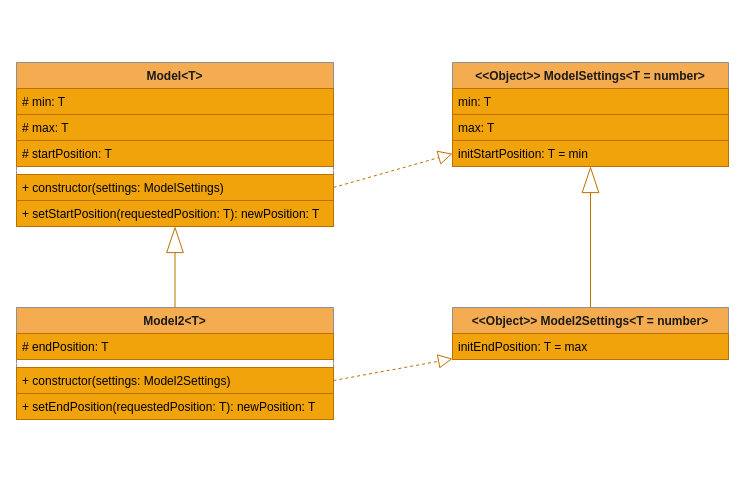
The draw.io diagram page "Model" (5 of 6) of src/components/simple/slider/slider.drawio in ArhDemetriy/Slider, before the edit. Source tidied: cells renumbered, new cells numbered last; positions are measured from the earlier drawing's top-left corner, leaving out a move shared by most shapes. Both pictures are drawn from the tidied source at 100%, with x=0, y=0 at pixel (16, 62).
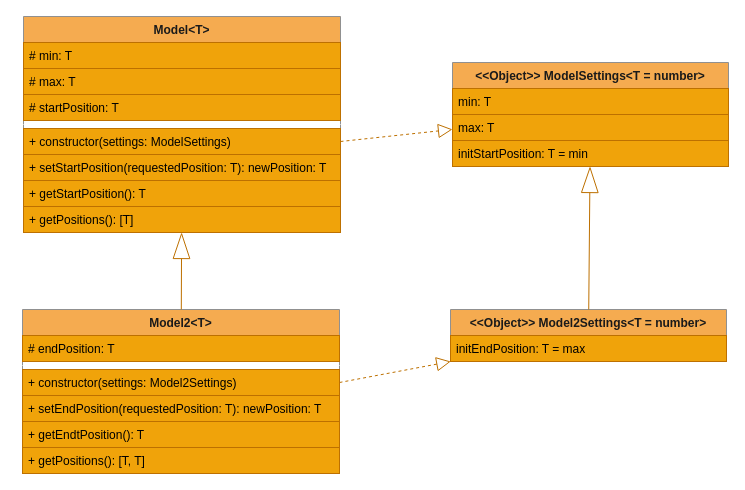
Above is the later version.

Diff of the diagram source:
```diff
@@
     <mxCell id="3" value="Model&lt;T&gt;" style="swimlane;fontStyle=1;align=center;verticalAlign=top;horizontal=1;startSize=26;rounded=0;sketch=0;strokeColor=#909090;fillColor=#F5AB50;fontColor=#1A1A1A;" parent="2" vertex="1">
-      <mxGeometry width="317" height="164" as="geometry" />
+      <mxGeometry x="7" y="-46" width="317" height="216" as="geometry" />
     </mxCell>
@@
+    <mxCell id="25" value="+ setStartPosition(requestedPosition: T): newPosition: T" style="text;align=left;verticalAlign=top;spacingLeft=4;spacingRight=4;overflow=hidden;strokeColor=#BD7000;fontColor=#000000;fillColor=#F0A30A;" parent="3" vertex="1">
+      <mxGeometry y="138" width="317" height="26" as="geometry" />
+    </mxCell>
+    <mxCell id="26" value="+ getStartPosition(): T" style="text;align=left;verticalAlign=top;spacingLeft=4;spacingRight=4;overflow=hidden;strokeColor=#BD7000;fontColor=#000000;fillColor=#F0A30A;" parent="3" vertex="1">
+      <mxGeometry y="164" width="317" height="26" as="geometry" />
+    </mxCell>
-    <mxCell id="9" value="+ setStartPosition(requestedPosition: T): newPosition: T" style="text;align=left;verticalAlign=top;spacingLeft=4;spacingRight=4;overflow=hidden;strokeColor=#BD7000;fontColor=#000000;fillColor=#F0A30A;" parent="3" vertex="1">
-      <mxGeometry y="138" width="317" height="26" as="geometry" />
+    <mxCell id="9" value="+ getPositions(): [T]" style="text;align=left;verticalAlign=top;spacingLeft=4;spacingRight=4;overflow=hidden;strokeColor=#BD7000;fontColor=#000000;fillColor=#F0A30A;" parent="3" vertex="1">
+      <mxGeometry y="190" width="317" height="26" as="geometry" />
     </mxCell>
@@
     <mxCell id="15" value="Model2&lt;T&gt;" style="swimlane;fontStyle=1;align=center;verticalAlign=top;horizontal=1;startSize=26;rounded=0;sketch=0;strokeColor=#909090;fillColor=#F5AB50;fontColor=#1A1A1A;" parent="2" vertex="1">
-      <mxGeometry y="245" width="317" height="112" as="geometry" />
+      <mxGeometry x="6" y="247" width="317" height="164" as="geometry" />
     </mxCell>
@@
+    <mxCell id="27" value="+ setEndPosition(requestedPosition: T): newPosition: T" style="text;align=left;verticalAlign=top;spacingLeft=4;spacingRight=4;overflow=hidden;strokeColor=#BD7000;fontColor=#000000;fillColor=#F0A30A;" parent="15" vertex="1">
+      <mxGeometry y="86" width="317" height="26" as="geometry" />
+    </mxCell>
+    <mxCell id="28" value="+ getEndtPosition(): T" style="text;align=left;verticalAlign=top;spacingLeft=4;spacingRight=4;overflow=hidden;strokeColor=#BD7000;fontColor=#000000;fillColor=#F0A30A;" parent="15" vertex="1">
+      <mxGeometry y="112" width="317" height="26" as="geometry" />
+    </mxCell>
-    <mxCell id="19" value="+ setEndPosition(requestedPosition: T): newPosition: T" style="text;align=left;verticalAlign=top;spacingLeft=4;spacingRight=4;overflow=hidden;strokeColor=#BD7000;fontColor=#000000;fillColor=#F0A30A;" parent="15" vertex="1">
-      <mxGeometry y="86" width="317" height="26" as="geometry" />
+    <mxCell id="19" value="+ getPositions(): [T, T]" style="text;align=left;verticalAlign=top;spacingLeft=4;spacingRight=4;overflow=hidden;strokeColor=#BD7000;fontColor=#000000;fillColor=#F0A30A;" parent="15" vertex="1">
+      <mxGeometry y="138" width="317" height="26" as="geometry" />
     </mxCell>
     <mxCell id="20" value="&lt;&lt;Object&gt;&gt; Model2Settings&lt;T = number&gt;" style="swimlane;fontStyle=1;align=center;verticalAlign=top;horizontal=1;startSize=26;rounded=0;sketch=0;strokeColor=#909090;fillColor=#F5AB50;fontColor=#1A1A1A;" parent="2" vertex="1">
-      <mxGeometry x="436" y="245" width="276" height="52" as="geometry" />
+      <mxGeometry x="434" y="247" width="276" height="52" as="geometry" />
     </mxCell>
```
